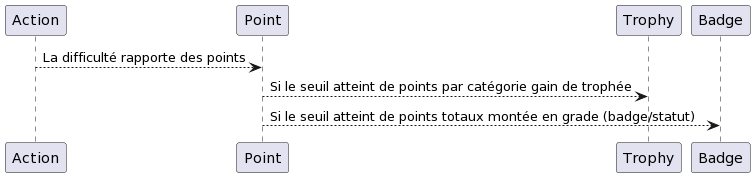
The PlantUML diagram conception/diagrams/sequencies/action_points_trophy_statut.png in Eco-Gest/Frontend-Flutter, before a commit.
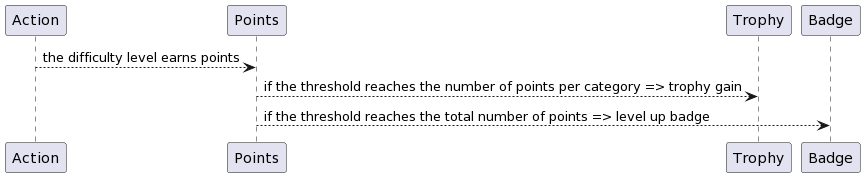
The same diagram one commit later.

What changed in the source:
```diff
@@ -1,5 +1,5 @@
 @startuml
-Action --> Point: La difficulté rapporte des points
-Point --> Trophy: Si le seuil atteint de points par catégorie gain de trophée
-Point --> Badge: Si le seuil atteint de points totaux montée en grade (badge/statut)
+Action --> Points : the difficulty level earns points
+Points --> Trophy : if the threshold reaches the number of points per category => trophy gain
+Points --> Badge : if the threshold reaches the total number of points => level up badge
 @enduml
```
